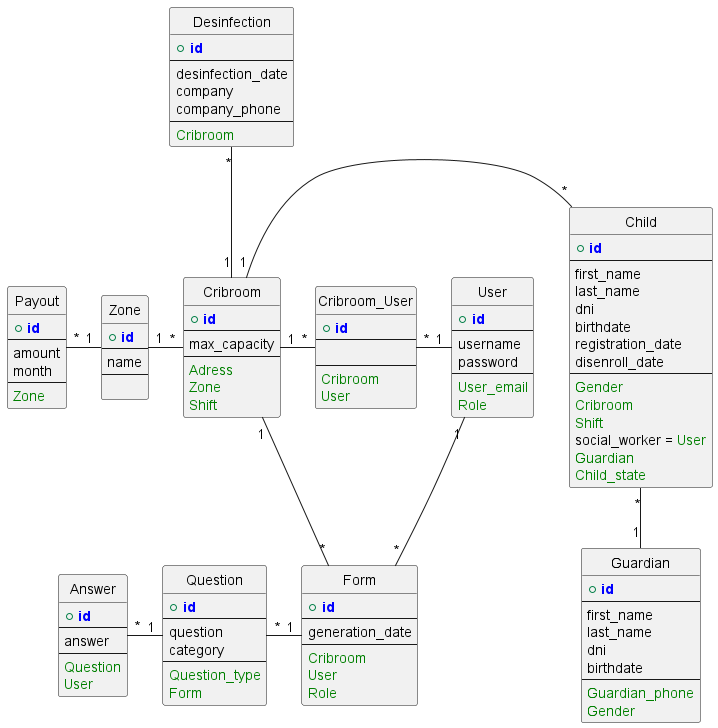
The PlantUML diagram database/diagrams/diagramUpdated.png in santiago6124/SalasCuna, before a commit.
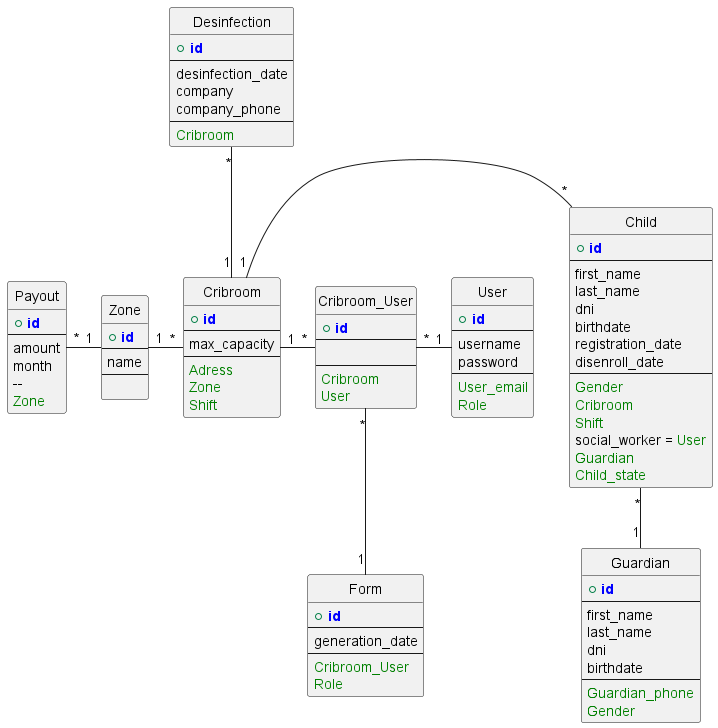
Later version of the same file.

Commit message:
Form entity implemented.

Change to the diagram source:
```diff
@@ -4,6 +4,8 @@
 !define FOREIGN_KEY(x) <color:green>x</color>
 
 hide circle
+
+
 
 
 
@@ -36,7 +38,7 @@
     --
     amount
     month
-    --
+        --
     FOREIGN_KEY(Zone)
 }
 
@@ -113,37 +115,11 @@
     --
     generation_date
     --
-    FOREIGN_KEY(Cribroom)
-    FOREIGN_KEY(User)
+    FOREIGN_KEY(Cribroom_User)
     FOREIGN_KEY(Role)
 }
 
-User "1" -- "*" Form
-Cribroom "1" - "*" Form
-
-
-
-entity Question {
-    + PRIMARY_KEY(id)
-    --
-    question
-    category
-    --
-    FOREIGN_KEY(Question_type)
-    FOREIGN_KEY(Form)
-}
-Question "*" - "1" Form
-
-entity Answer {
-    + PRIMARY_KEY(id)
-    --
-    answer
-    --
-    FOREIGN_KEY(Question)
-    FOREIGN_KEY(User)
-}
-Answer "*" - "1" Question
-
+Cribroom_User "*" -- "1" Form
 
 
 
```
